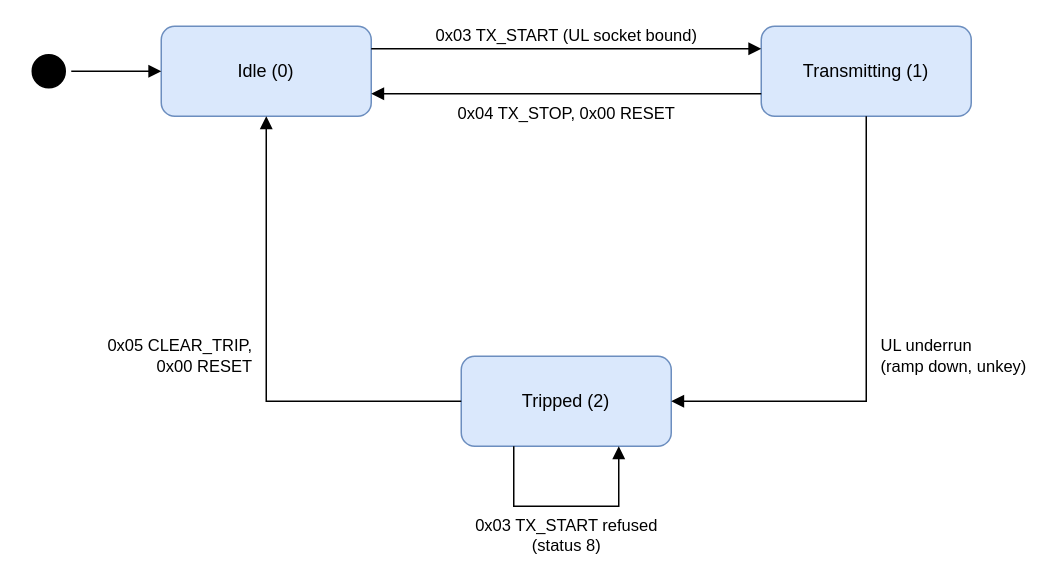
Above: gfx/TX_states.drawio in M17-Project/CARI (draw.io), before the change. Source tidied: cells renumbered, new cells numbered last; positions are measured from the earlier drawing's top-left corner, leaving out a move shared by most shapes. Both pictures are drawn from the tidied source at 150%, with x=0, y=0 at pixel (26, 26).
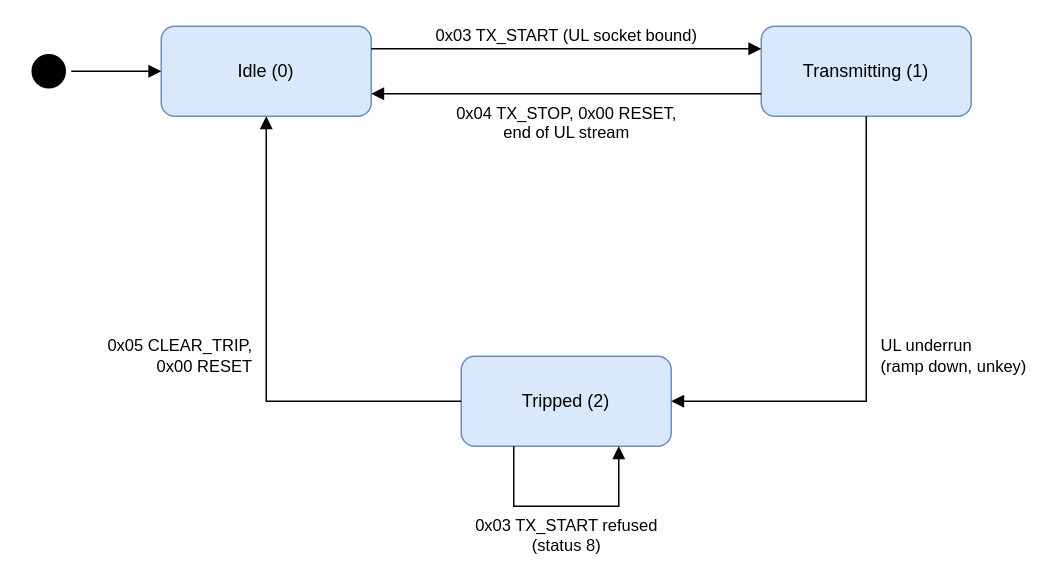
Above is the later version.

Change to the diagram source:
```diff
@@
 <mxGraphModel>
   <root>
     <mxCell id="0" />
     <mxCell id="1" parent="0" />
     <mxCell id="2" style="ellipse;html=1;shape=startState;fillColor=#000000;strokeColor=#000000;" parent="1" vertex="1">
       <mxGeometry y="15" width="30" height="30" as="geometry" />
     </mxCell>
     <mxCell id="3" value="Idle (0)" style="rounded=1;whiteSpace=wrap;html=1;fillColor=#dae8fc;strokeColor=#6c8ebf;" parent="1" vertex="1">
       <mxGeometry x="90" width="140" height="60" as="geometry" />
     </mxCell>
     <mxCell id="4" value="Transmitting (1)" style="rounded=1;whiteSpace=wrap;html=1;fillColor=#dae8fc;strokeColor=#6c8ebf;" parent="1" vertex="1">
       <mxGeometry x="490" width="140" height="60" as="geometry" />
     </mxCell>
     <mxCell id="5" value="Tripped (2)" style="rounded=1;whiteSpace=wrap;html=1;fillColor=#dae8fc;strokeColor=#6c8ebf;" parent="1" vertex="1">
       <mxGeometry x="290" y="220" width="140" height="60" as="geometry" />
     </mxCell>
     <mxCell id="6" style="html=1;endArrow=block;endSize=6;rounded=0;endFill=1;verticalAlign=bottom;exitX=1;exitY=0.5;exitDx=0;exitDy=0;entryX=0;entryY=0.5;entryDx=0;entryDy=0;" parent="1" edge="1" source="2" target="3">
       <mxGeometry relative="1" as="geometry" />
     </mxCell>
     <mxCell id="7" value="0x03 TX_START (UL socket bound)" style="html=1;endArrow=block;endSize=6;rounded=0;endFill=1;verticalAlign=bottom;exitX=1;exitY=0.25;exitDx=0;exitDy=0;entryX=0;entryY=0.25;entryDx=0;entryDy=0;" parent="1" edge="1" source="3" target="4">
       <mxGeometry relative="1" as="geometry" />
     </mxCell>
-    <mxCell id="8" value="0x04 TX_STOP, 0x00 RESET" style="html=1;endArrow=block;endSize=6;rounded=0;endFill=1;verticalAlign=top;exitX=0;exitY=0.75;exitDx=0;exitDy=0;entryX=1;entryY=0.75;entryDx=0;entryDy=0;" parent="1" edge="1" source="4" target="3">
+    <mxCell id="8" value="0x04 TX_STOP, 0x00 RESET,&lt;br&gt;end of UL stream" style="html=1;endArrow=block;endSize=6;rounded=0;endFill=1;verticalAlign=top;exitX=0;exitY=0.75;exitDx=0;exitDy=0;entryX=1;entryY=0.75;entryDx=0;entryDy=0;" parent="1" edge="1" source="4" target="3">
       <mxGeometry relative="1" as="geometry" />
     </mxCell>
     <mxCell id="9" value="UL underrun&lt;br&gt;(ramp down, unkey)" style="html=1;endArrow=block;endSize=6;rounded=0;endFill=1;verticalAlign=middle;align=left;spacingLeft=8;exitX=0.5;exitY=1;exitDx=0;exitDy=0;entryX=1;entryY=0.5;entryDx=0;entryDy=0;" parent="1" edge="1" source="4" target="5">
       <mxGeometry relative="1" as="geometry">
         <Array as="points">
           <mxPoint x="560" y="250" />
         </Array>
       </mxGeometry>
     </mxCell>
     <mxCell id="10" value="0x05 CLEAR_TRIP,&lt;br&gt;0x00 RESET" style="html=1;endArrow=block;endSize=6;rounded=0;endFill=1;verticalAlign=middle;align=right;spacingRight=8;exitX=0;exitY=0.5;exitDx=0;exitDy=0;entryX=0.5;entryY=1;entryDx=0;entryDy=0;" parent="1" edge="1" source="5" target="3">
       <mxGeometry relative="1" as="geometry">
         <Array as="points">
           <mxPoint x="160" y="250" />
         </Array>
       </mxGeometry>
     </mxCell>
     <mxCell id="11" value="0x03 TX_START refused&lt;br&gt;(status 8)" style="html=1;endArrow=block;endSize=6;rounded=0;endFill=1;verticalAlign=top;exitX=0.25;exitY=1;exitDx=0;exitDy=0;entryX=0.75;entryY=1;entryDx=0;entryDy=0;" parent="1" edge="1" source="5" target="5">
       <mxGeometry relative="1" as="geometry">
         <Array as="points">
           <mxPoint x="325" y="320" />
           <mxPoint x="395" y="320" />
         </Array>
       </mxGeometry>
     </mxCell>
   </root>
 </mxGraphModel>
```
